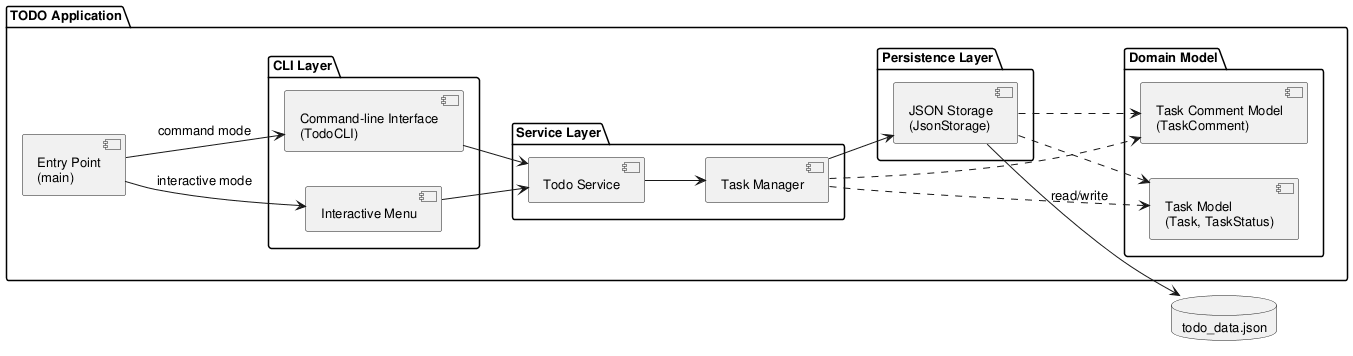
Above: experiments/pipeline/user_stories/TODO/artifacts/component_diagram.png in DanielRiha8906/Software_autoevolution_using_agents (PlantUML), before the change.
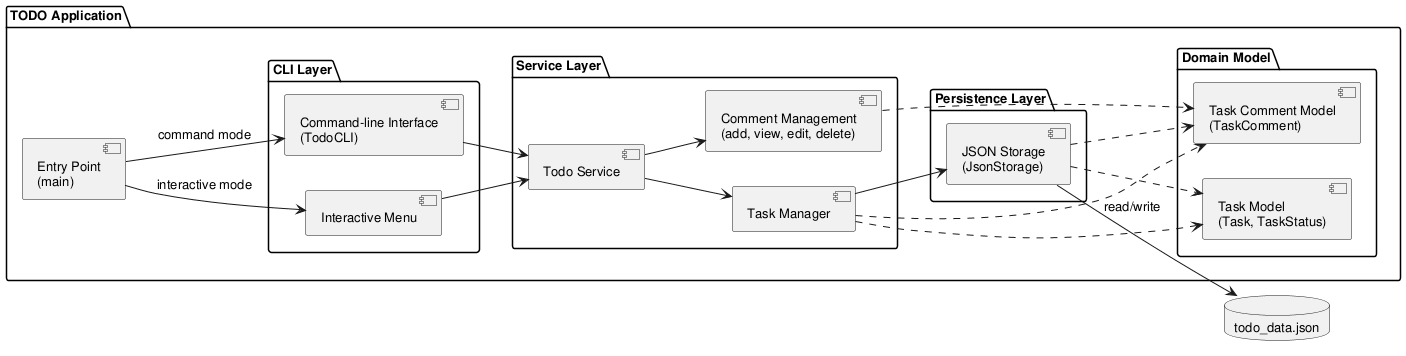
After the change.

The edit, as a diff of the source:
```diff
@@ -17,6 +17,7 @@
     package "Service Layer" {
         component "Todo Service" as SVC
         component "Task Manager" as MGR
+        component "Comment Management\n(add, view, edit, delete)" as CMT
     }
 
     package "Domain Model" {
@@ -38,9 +39,11 @@
 CLI --> SVC
 
 SVC --> MGR
+SVC --> CMT
 MGR --> Storage
 MGR ..> Model
 MGR ..> CommentModel
+CMT ..> CommentModel
 Storage ..> Model
 Storage ..> CommentModel
 
```
